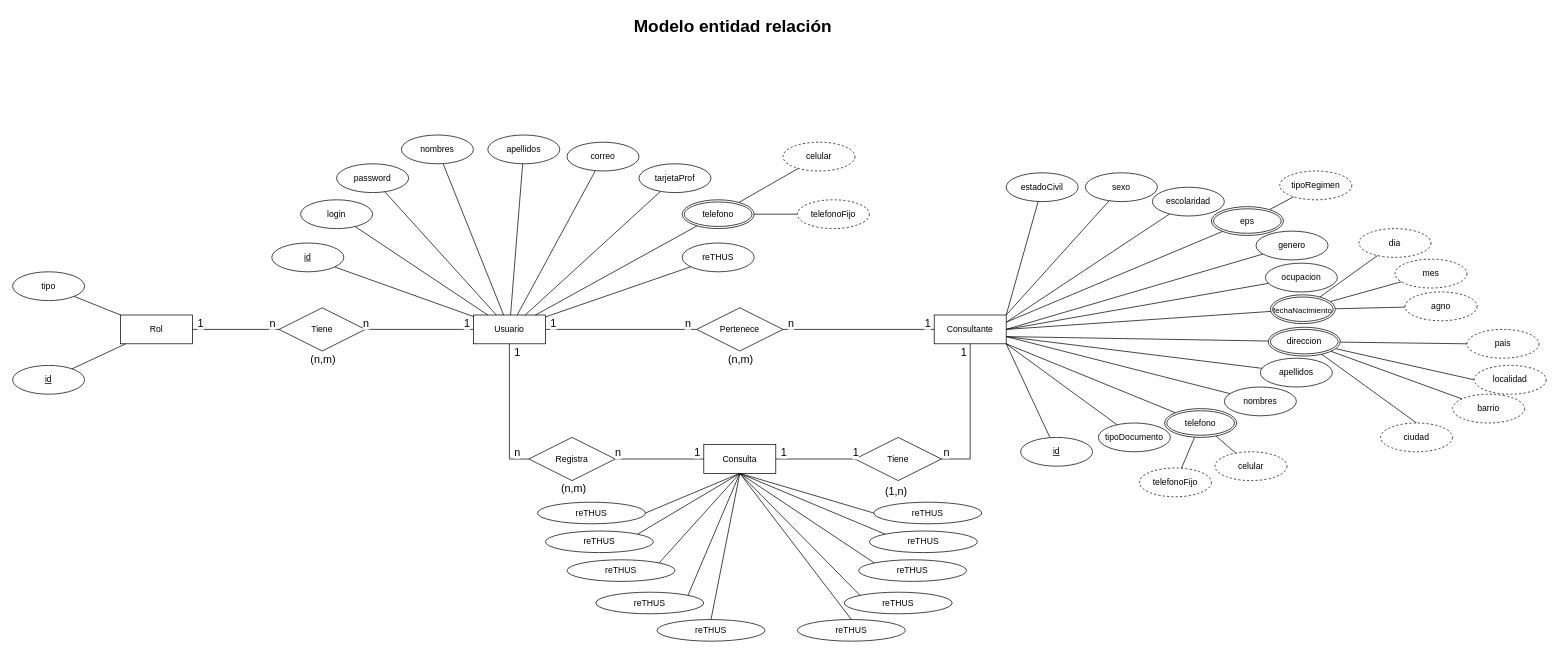
This is page "D. Entidad Relación" (2 of 12) of Diagramas/Untitled Diagram.drawio from barloff2/Diagramas, a draw.io file, before an edit. Source tidied: cells renumbered, new cells numbered last; positions are measured from the earlier drawing's top-left corner, leaving out a move shared by most shapes. Both pictures are drawn from the tidied source at 72%, with x=0, y=0 at pixel (12, 12).
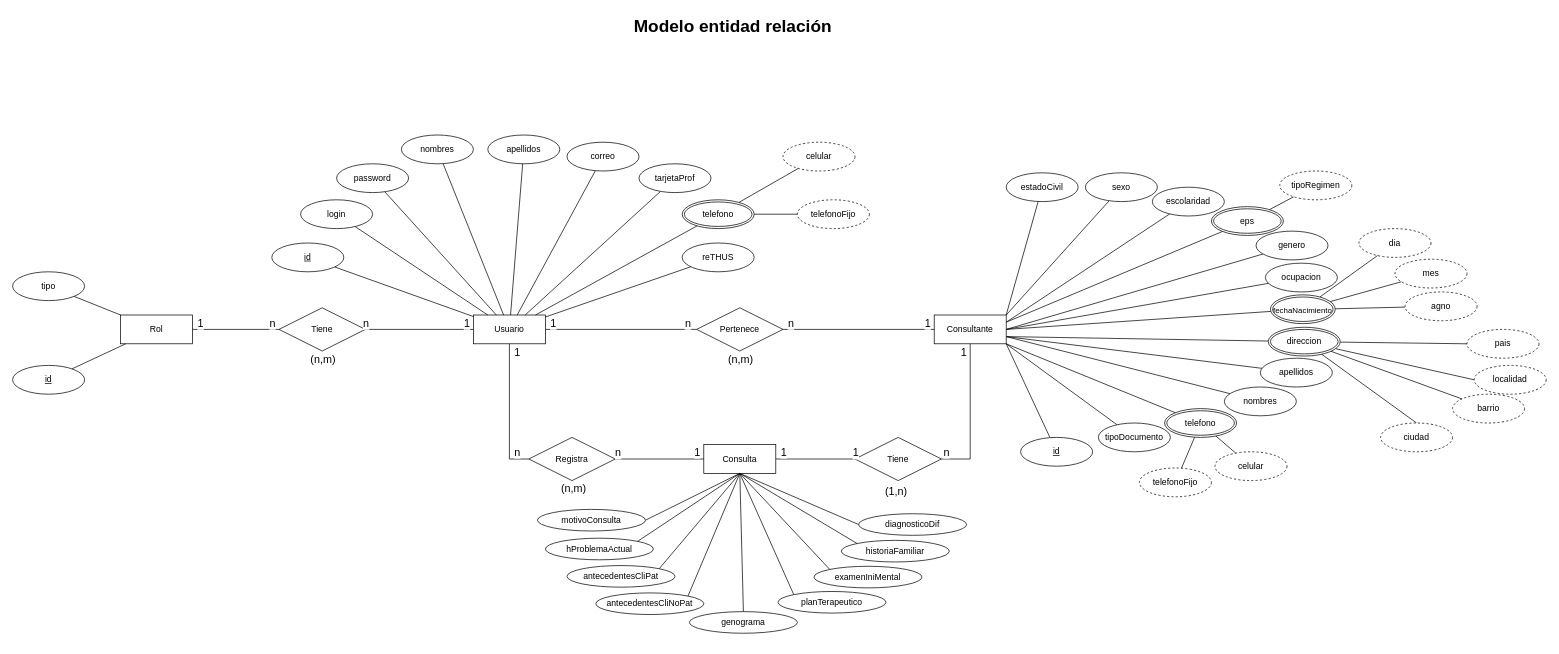
The same diagram, later.

The change refers to these unchanged cells:
```xml
<mxCell id="94" value="Consulta" style="whiteSpace=wrap;html=1;align=center;" parent="1" vertex="1">
  <mxGeometry x="960" y="600" width="100" height="40" as="geometry" />
</mxCell>
```

What changed in the source:
```diff
@@
-    <mxCell id="111" value="reTHUS" style="ellipse;whiteSpace=wrap;html=1;align=center;" parent="1" vertex="1">
-      <mxGeometry x="740" y="720" width="150" height="30" as="geometry" />
+    <mxCell id="111" value="hProblemaActual" style="ellipse;whiteSpace=wrap;html=1;align=center;" parent="1" vertex="1">
+      <mxGeometry x="740" y="730" width="150" height="30" as="geometry" />
     </mxCell>
-    <mxCell id="112" value="reTHUS" style="ellipse;whiteSpace=wrap;html=1;align=center;" parent="1" vertex="1">
-      <mxGeometry x="770" y="760" width="150" height="30" as="geometry" />
+    <mxCell id="112" value="antecedentesCliPat" style="ellipse;whiteSpace=wrap;html=1;align=center;" parent="1" vertex="1">
+      <mxGeometry x="770" y="768" width="150" height="30" as="geometry" />
     </mxCell>
-    <mxCell id="113" value="reTHUS" style="ellipse;whiteSpace=wrap;html=1;align=center;" parent="1" vertex="1">
-      <mxGeometry x="810" y="805" width="150" height="30" as="geometry" />
+    <mxCell id="113" value="antecedentesCliNoPat" style="ellipse;whiteSpace=wrap;html=1;align=center;" parent="1" vertex="1">
+      <mxGeometry x="810" y="806" width="150" height="30" as="geometry" />
     </mxCell>
-    <mxCell id="114" value="reTHUS" style="ellipse;whiteSpace=wrap;html=1;align=center;" parent="1" vertex="1">
-      <mxGeometry x="1190" y="720" width="150" height="30" as="geometry" />
+    <mxCell id="114" value="diagnosticoDif" style="ellipse;whiteSpace=wrap;html=1;align=center;" parent="1" vertex="1">
+      <mxGeometry x="1175" y="696" width="150" height="30" as="geometry" />
     </mxCell>
-    <mxCell id="115" value="reTHUS" style="ellipse;whiteSpace=wrap;html=1;align=center;" parent="1" vertex="1">
-      <mxGeometry x="895" y="843" width="150" height="30" as="geometry" />
+    <mxCell id="115" value="genograma" style="ellipse;whiteSpace=wrap;html=1;align=center;" parent="1" vertex="1">
+      <mxGeometry x="940" y="832" width="150" height="30" as="geometry" />
     </mxCell>
@@
-    <mxCell id="117" value="reTHUS" style="ellipse;whiteSpace=wrap;html=1;align=center;" parent="1" vertex="1">
-      <mxGeometry x="729" y="680" width="150" height="30" as="geometry" />
+    <mxCell id="117" value="motivoConsulta" style="ellipse;whiteSpace=wrap;html=1;align=center;" parent="1" vertex="1">
+      <mxGeometry x="729" y="690" width="150" height="30" as="geometry" />
     </mxCell>
-    <mxCell id="118" value="reTHUS" style="ellipse;whiteSpace=wrap;html=1;align=center;" parent="1" vertex="1">
-      <mxGeometry x="1155" y="805" width="150" height="30" as="geometry" />
+    <mxCell id="118" value="examenIniMental" style="ellipse;whiteSpace=wrap;html=1;align=center;" parent="1" vertex="1">
+      <mxGeometry x="1113" y="769" width="150" height="30" as="geometry" />
     </mxCell>
-    <mxCell id="119" value="reTHUS" style="ellipse;whiteSpace=wrap;html=1;align=center;" parent="1" vertex="1">
-      <mxGeometry x="1175" y="760" width="150" height="30" as="geometry" />
+    <mxCell id="119" value="historiaFamiliar" style="ellipse;whiteSpace=wrap;html=1;align=center;" parent="1" vertex="1">
+      <mxGeometry x="1151" y="733" width="150" height="30" as="geometry" />
     </mxCell>
-    <mxCell id="120" value="reTHUS" style="ellipse;whiteSpace=wrap;html=1;align=center;" parent="1" vertex="1">
-      <mxGeometry x="1090" y="843" width="150" height="30" as="geometry" />
+    <mxCell id="120" value="planTerapeutico" style="ellipse;whiteSpace=wrap;html=1;align=center;" parent="1" vertex="1">
+      <mxGeometry x="1063" y="804" width="150" height="30" as="geometry" />
     </mxCell>
-    <mxCell id="121" value="reTHUS" style="ellipse;whiteSpace=wrap;html=1;align=center;" parent="1" vertex="1">
-      <mxGeometry x="1196" y="680" width="150" height="30" as="geometry" />
-    </mxCell>
@@
-    <mxCell id="123" style="rounded=0;jettySize=auto;html=1;exitX=0.5;exitY=0;exitDx=0;exitDy=0;entryX=0.5;entryY=1;entryDx=0;entryDy=0;endArrow=none;endFill=0;" parent="1" edge="1" source="120" target="94">
+    <mxCell id="123" style="rounded=0;jettySize=auto;html=1;exitX=0;exitY=0;exitDx=0;exitDy=0;entryX=0.5;entryY=1;entryDx=0;entryDy=0;endArrow=none;endFill=0;" parent="1" edge="1" source="120" target="94">
       <mxGeometry relative="1" as="geometry" />
     </mxCell>
@@
-    <mxCell id="127" style="rounded=0;jettySize=auto;html=1;exitX=0;exitY=0;exitDx=0;exitDy=0;entryX=0.5;entryY=1;entryDx=0;entryDy=0;endArrow=none;endFill=0;" parent="1" edge="1" source="114" target="94">
+    <mxCell id="127" style="rounded=0;jettySize=auto;html=1;exitX=0;exitY=0.5;exitDx=0;exitDy=0;entryX=0.5;entryY=1;entryDx=0;entryDy=0;endArrow=none;endFill=0;" parent="1" edge="1" source="114" target="94">
       <mxGeometry relative="1" as="geometry" />
     </mxCell>
-    <mxCell id="128" style="rounded=0;jettySize=auto;html=1;exitX=0.5;exitY=1;exitDx=0;exitDy=0;entryX=0;entryY=0.5;entryDx=0;entryDy=0;endArrow=none;endFill=0;" parent="1" edge="1" source="94" target="121">
-      <mxGeometry relative="1" as="geometry" />
-    </mxCell>
```
